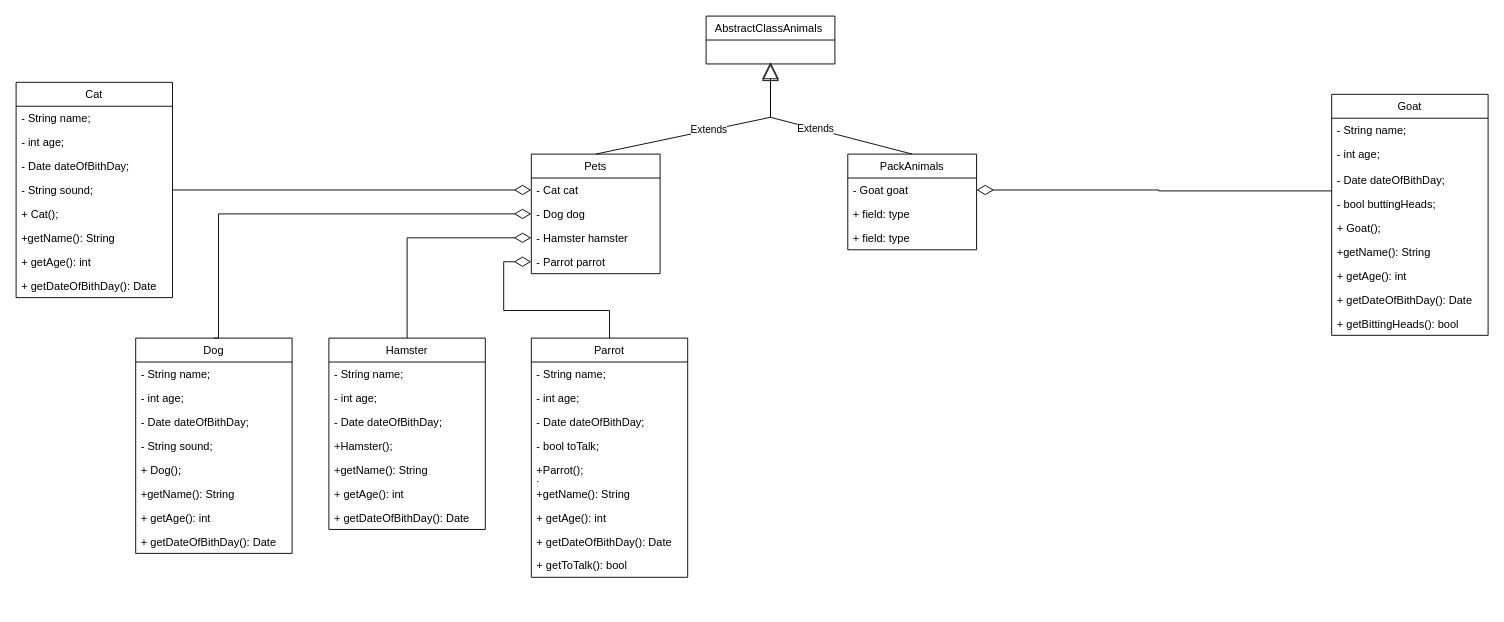
The draw.io diagram diagram/HumanFriends.drawio in KuroTamashiAF/FinalCertification1Year, before the edit. Source tidied: cells renumbered, new cells numbered last; positions are measured from the earlier drawing's top-left corner, leaving out a move shared by most shapes. Both pictures are drawn from the tidied source at 92%, with x=0, y=0 at pixel (16, 16).
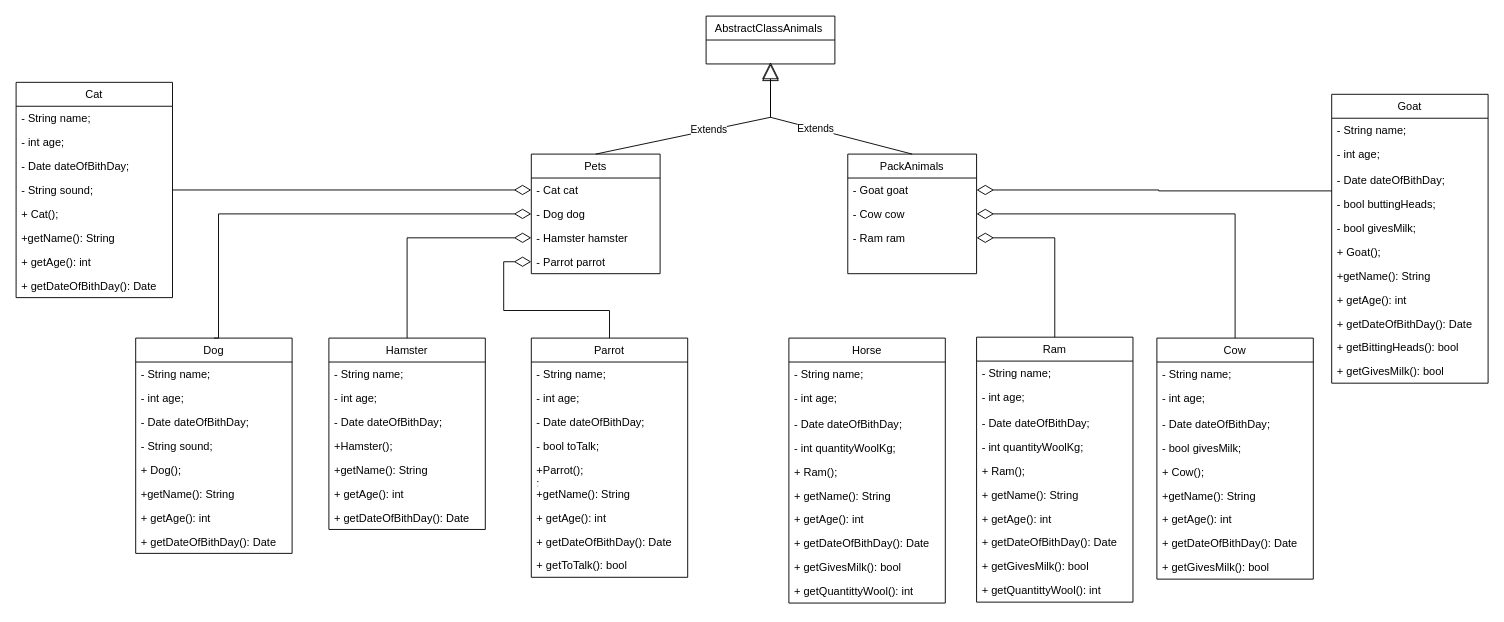
Above is the later version.

Commit message:
add agregation in csl PackAnimals

Diff of the diagram source:
```diff
@@
     <mxCell id="8" value="PackAnimals" style="swimlane;fontStyle=0;horizontal=1;startSize=26;fillColor=none;" parent="1" vertex="1">
-      <mxGeometry x="904" y="150" width="140" height="104" as="geometry" />
+      <mxGeometry x="904" y="150" width="140" height="130" as="geometry" />
     </mxCell>
@@
-    <mxCell id="10" value="+ field: type" style="text;strokeColor=none;fillColor=none;align=left;verticalAlign=top;spacingLeft=4;spacingRight=4;overflow=hidden;points=[[0,0.5],[1,0.5]];portConstraint=eastwest;" parent="8" vertex="1">
+    <mxCell id="10" value="- Cow cow " style="text;strokeColor=none;fillColor=none;align=left;verticalAlign=top;spacingLeft=4;spacingRight=4;overflow=hidden;points=[[0,0.5],[1,0.5]];portConstraint=eastwest;" parent="8" vertex="1">
       <mxGeometry y="52" width="140" height="26" as="geometry" />
     </mxCell>
-    <mxCell id="11" value="+ field: type" style="text;strokeColor=none;fillColor=none;align=left;verticalAlign=top;spacingLeft=4;spacingRight=4;overflow=hidden;points=[[0,0.5],[1,0.5]];portConstraint=eastwest;" parent="8" vertex="1">
+    <mxCell id="11" value="- Ram ram" style="text;strokeColor=none;fillColor=none;align=left;verticalAlign=top;spacingLeft=4;spacingRight=4;overflow=hidden;points=[[0,0.5],[1,0.5]];portConstraint=eastwest;" parent="8" vertex="1">
       <mxGeometry y="78" width="140" height="26" as="geometry" />
     </mxCell>
+    <mxCell id="65" style="text;strokeColor=none;fillColor=none;align=left;verticalAlign=top;spacingLeft=4;spacingRight=4;overflow=hidden;" parent="8" vertex="1">
+      <mxGeometry y="104" width="140" height="26" as="geometry" />
+    </mxCell>
@@
     <mxCell id="55" value="Goat" style="swimlane;fontStyle=0;horizontal=1;startSize=26;fillColor=none;" parent="1" vertex="1">
-      <mxGeometry x="1430" y="85" width="170" height="262" as="geometry" />
+      <mxGeometry x="1430" y="85" width="170" height="314" as="geometry" />
     </mxCell>
@@
+    <mxCell id="66" value="- bool givesMilk;" style="text;strokeColor=none;fillColor=none;align=left;verticalAlign=top;spacingLeft=4;spacingRight=4;overflow=hidden;" parent="55" vertex="1">
+      <mxGeometry y="132" width="170" height="26" as="geometry" />
+    </mxCell>
     <mxCell id="60" value="+ Goat();" style="text;strokeColor=none;fillColor=none;align=left;verticalAlign=top;spacingLeft=4;spacingRight=4;overflow=hidden;" parent="55" vertex="1">
-      <mxGeometry y="132" width="170" height="26" as="geometry" />
+      <mxGeometry y="158" width="170" height="26" as="geometry" />
     </mxCell>
     <mxCell id="61" value="+getName(): String " style="text;strokeColor=none;fillColor=none;align=left;verticalAlign=top;spacingLeft=4;spacingRight=4;overflow=hidden;" parent="55" vertex="1">
-      <mxGeometry y="158" width="170" height="26" as="geometry" />
+      <mxGeometry y="184" width="170" height="26" as="geometry" />
     </mxCell>
     <mxCell id="62" value="+ getAge(): int" style="text;strokeColor=none;fillColor=none;align=left;verticalAlign=top;spacingLeft=4;spacingRight=4;overflow=hidden;" parent="55" vertex="1">
-      <mxGeometry y="184" width="170" height="26" as="geometry" />
+      <mxGeometry y="210" width="170" height="26" as="geometry" />
     </mxCell>
     <mxCell id="63" value="+ getDateOfBithDay(): Date" style="text;strokeColor=none;fillColor=none;align=left;verticalAlign=top;spacingLeft=4;spacingRight=4;overflow=hidden;" parent="55" vertex="1">
-      <mxGeometry y="210" width="170" height="26" as="geometry" />
+      <mxGeometry y="236" width="170" height="26" as="geometry" />
     </mxCell>
     <mxCell id="64" value="+ getBittingHeads(): bool" style="text;strokeColor=none;fillColor=none;align=left;verticalAlign=top;spacingLeft=4;spacingRight=4;overflow=hidden;" parent="55" vertex="1">
-      <mxGeometry y="236" width="170" height="26" as="geometry" />
+      <mxGeometry y="262" width="170" height="26" as="geometry" />
     </mxCell>
+    <mxCell id="67" value="+ getGivesMilk(): bool" style="text;strokeColor=none;fillColor=none;align=left;verticalAlign=top;spacingLeft=4;spacingRight=4;overflow=hidden;" parent="55" vertex="1">
+      <mxGeometry y="288" width="170" height="26" as="geometry" />
+    </mxCell>
+    <mxCell id="68" style="edgeStyle=orthogonalEdgeStyle;rounded=0;jettySize=auto;html=1;entryX=1;entryY=0.5;entryDx=0;entryDy=0;endArrow=diamondThin;endFill=0;endSize=16;" parent="1" edge="1" source="69" target="10">
+      <mxGeometry relative="1" as="geometry" />
+    </mxCell>
+    <mxCell id="69" value="Cow" style="swimlane;fontStyle=0;horizontal=1;startSize=26;fillColor=none;" parent="1" vertex="1">
+      <mxGeometry x="1240" y="350" width="170" height="262" as="geometry" />
+    </mxCell>
+    <mxCell id="70" value="- String name;" style="text;strokeColor=none;fillColor=none;align=left;verticalAlign=top;spacingLeft=4;spacingRight=4;overflow=hidden;" parent="69" vertex="1">
+      <mxGeometry y="26" width="170" height="26" as="geometry" />
+    </mxCell>
+    <mxCell id="71" value="- int age;" style="text;strokeColor=none;fillColor=none;align=left;verticalAlign=top;spacingLeft=4;spacingRight=4;overflow=hidden;" parent="69" vertex="1">
+      <mxGeometry y="52" width="170" height="28" as="geometry" />
+    </mxCell>
+    <mxCell id="72" value="- Date dateOfBithDay;" style="text;strokeColor=none;fillColor=none;align=left;verticalAlign=top;spacingLeft=4;spacingRight=4;overflow=hidden;" parent="69" vertex="1">
+      <mxGeometry y="80" width="170" height="26" as="geometry" />
+    </mxCell>
+    <mxCell id="73" value="- bool givesMilk;" style="text;strokeColor=none;fillColor=none;align=left;verticalAlign=top;spacingLeft=4;spacingRight=4;overflow=hidden;" parent="69" vertex="1">
+      <mxGeometry y="106" width="170" height="26" as="geometry" />
+    </mxCell>
+    <mxCell id="74" value="+ Cow();" style="text;strokeColor=none;fillColor=none;align=left;verticalAlign=top;spacingLeft=4;spacingRight=4;overflow=hidden;" parent="69" vertex="1">
+      <mxGeometry y="132" width="170" height="26" as="geometry" />
+    </mxCell>
+    <mxCell id="75" value="+getName(): String " style="text;strokeColor=none;fillColor=none;align=left;verticalAlign=top;spacingLeft=4;spacingRight=4;overflow=hidden;" parent="69" vertex="1">
+      <mxGeometry y="158" width="170" height="26" as="geometry" />
+    </mxCell>
+    <mxCell id="76" value="+ getAge(): int" style="text;strokeColor=none;fillColor=none;align=left;verticalAlign=top;spacingLeft=4;spacingRight=4;overflow=hidden;" parent="69" vertex="1">
+      <mxGeometry y="184" width="170" height="26" as="geometry" />
+    </mxCell>
+    <mxCell id="77" value="+ getDateOfBithDay(): Date" style="text;strokeColor=none;fillColor=none;align=left;verticalAlign=top;spacingLeft=4;spacingRight=4;overflow=hidden;" parent="69" vertex="1">
+      <mxGeometry y="210" width="170" height="26" as="geometry" />
+    </mxCell>
+    <mxCell id="78" value="+ getGivesMilk(): bool" style="text;strokeColor=none;fillColor=none;align=left;verticalAlign=top;spacingLeft=4;spacingRight=4;overflow=hidden;" parent="69" vertex="1">
+      <mxGeometry y="236" width="170" height="26" as="geometry" />
+    </mxCell>
+    <mxCell id="79" style="edgeStyle=orthogonalEdgeStyle;rounded=0;jettySize=auto;html=1;entryX=1;entryY=0.5;entryDx=0;entryDy=0;endArrow=diamondThin;endFill=0;endSize=16;" parent="1" edge="1" source="80" target="11">
+      <mxGeometry relative="1" as="geometry" />
+    </mxCell>
+    <mxCell id="80" value="Ram" style="swimlane;fontStyle=0;horizontal=1;startSize=26;fillColor=none;" parent="1" vertex="1">
+      <mxGeometry x="1044" y="349" width="170" height="288" as="geometry" />
+    </mxCell>
+    <mxCell id="81" value="- String name;" style="text;strokeColor=none;fillColor=none;align=left;verticalAlign=top;spacingLeft=4;spacingRight=4;overflow=hidden;" parent="80" vertex="1">
+      <mxGeometry y="26" width="170" height="26" as="geometry" />
+    </mxCell>
+    <mxCell id="82" value="- int age;" style="text;strokeColor=none;fillColor=none;align=left;verticalAlign=top;spacingLeft=4;spacingRight=4;overflow=hidden;" parent="80" vertex="1">
+      <mxGeometry y="52" width="170" height="28" as="geometry" />
+    </mxCell>
+    <mxCell id="83" value="- Date dateOfBithDay;" style="text;strokeColor=none;fillColor=none;align=left;verticalAlign=top;spacingLeft=4;spacingRight=4;overflow=hidden;" parent="80" vertex="1">
+      <mxGeometry y="80" width="170" height="26" as="geometry" />
+    </mxCell>
+    <mxCell id="84" value="- int quantityWoolKg;" style="text;strokeColor=none;fillColor=none;align=left;verticalAlign=top;spacingLeft=4;spacingRight=4;overflow=hidden;" parent="80" vertex="1">
+      <mxGeometry y="106" width="170" height="26" as="geometry" />
+    </mxCell>
+    <mxCell id="85" value="+ Ram();" style="text;strokeColor=none;fillColor=none;align=left;verticalAlign=top;spacingLeft=4;spacingRight=4;overflow=hidden;" parent="80" vertex="1">
+      <mxGeometry y="132" width="170" height="26" as="geometry" />
+    </mxCell>
+    <mxCell id="86" value="+ getName(): String " style="text;strokeColor=none;fillColor=none;align=left;verticalAlign=top;spacingLeft=4;spacingRight=4;overflow=hidden;" parent="80" vertex="1">
+      <mxGeometry y="158" width="170" height="26" as="geometry" />
+    </mxCell>
+    <mxCell id="87" value="+ getAge(): int" style="text;strokeColor=none;fillColor=none;align=left;verticalAlign=top;spacingLeft=4;spacingRight=4;overflow=hidden;" parent="80" vertex="1">
+      <mxGeometry y="184" width="170" height="26" as="geometry" />
+    </mxCell>
+    <mxCell id="88" value="+ getDateOfBithDay(): Date" style="text;strokeColor=none;fillColor=none;align=left;verticalAlign=top;spacingLeft=4;spacingRight=4;overflow=hidden;" parent="80" vertex="1">
+      <mxGeometry y="210" width="170" height="26" as="geometry" />
+    </mxCell>
+    <mxCell id="89" value="+ getGivesMilk(): bool" style="text;strokeColor=none;fillColor=none;align=left;verticalAlign=top;spacingLeft=4;spacingRight=4;overflow=hidden;" parent="80" vertex="1">
+      <mxGeometry y="236" width="170" height="26" as="geometry" />
+    </mxCell>
+    <mxCell id="90" value="+ getQuantittyWool(): int " style="text;strokeColor=none;fillColor=none;align=left;verticalAlign=top;spacingLeft=4;spacingRight=4;overflow=hidden;" parent="80" vertex="1">
+      <mxGeometry y="262" width="170" height="26" as="geometry" />
+    </mxCell>
+    <mxCell id="91" value="Horse" style="swimlane;fontStyle=0;horizontal=1;startSize=26;fillColor=none;" parent="1" vertex="1">
+      <mxGeometry x="840" y="350" width="170" height="288" as="geometry" />
+    </mxCell>
+    <mxCell id="92" value="- String name;" style="text;strokeColor=none;fillColor=none;align=left;verticalAlign=top;spacingLeft=4;spacingRight=4;overflow=hidden;" parent="91" vertex="1">
+      <mxGeometry y="26" width="170" height="26" as="geometry" />
+    </mxCell>
+    <mxCell id="93" value="- int age;" style="text;strokeColor=none;fillColor=none;align=left;verticalAlign=top;spacingLeft=4;spacingRight=4;overflow=hidden;" parent="91" vertex="1">
+      <mxGeometry y="52" width="170" height="28" as="geometry" />
+    </mxCell>
+    <mxCell id="94" value="- Date dateOfBithDay;" style="text;strokeColor=none;fillColor=none;align=left;verticalAlign=top;spacingLeft=4;spacingRight=4;overflow=hidden;" parent="91" vertex="1">
+      <mxGeometry y="80" width="170" height="26" as="geometry" />
+    </mxCell>
+    <mxCell id="95" value="- int quantityWoolKg;" style="text;strokeColor=none;fillColor=none;align=left;verticalAlign=top;spacingLeft=4;spacingRight=4;overflow=hidden;" parent="91" vertex="1">
+      <mxGeometry y="106" width="170" height="26" as="geometry" />
+    </mxCell>
+    <mxCell id="96" value="+ Ram();" style="text;strokeColor=none;fillColor=none;align=left;verticalAlign=top;spacingLeft=4;spacingRight=4;overflow=hidden;" parent="91" vertex="1">
+      <mxGeometry y="132" width="170" height="26" as="geometry" />
+    </mxCell>
+    <mxCell id="97" value="+ getName(): String " style="text;strokeColor=none;fillColor=none;align=left;verticalAlign=top;spacingLeft=4;spacingRight=4;overflow=hidden;" parent="91" vertex="1">
+      <mxGeometry y="158" width="170" height="26" as="geometry" />
+    </mxCell>
+    <mxCell id="98" value="+ getAge(): int" style="text;strokeColor=none;fillColor=none;align=left;verticalAlign=top;spacingLeft=4;spacingRight=4;overflow=hidden;" parent="91" vertex="1">
+      <mxGeometry y="184" width="170" height="26" as="geometry" />
+    </mxCell>
+    <mxCell id="99" value="+ getDateOfBithDay(): Date" style="text;strokeColor=none;fillColor=none;align=left;verticalAlign=top;spacingLeft=4;spacingRight=4;overflow=hidden;" parent="91" vertex="1">
+      <mxGeometry y="210" width="170" height="26" as="geometry" />
+    </mxCell>
+    <mxCell id="100" value="+ getGivesMilk(): bool" style="text;strokeColor=none;fillColor=none;align=left;verticalAlign=top;spacingLeft=4;spacingRight=4;overflow=hidden;" parent="91" vertex="1">
+      <mxGeometry y="236" width="170" height="26" as="geometry" />
+    </mxCell>
+    <mxCell id="101" value="+ getQuantittyWool(): int " style="text;strokeColor=none;fillColor=none;align=left;verticalAlign=top;spacingLeft=4;spacingRight=4;overflow=hidden;" parent="91" vertex="1">
+      <mxGeometry y="262" width="170" height="26" as="geometry" />
+    </mxCell>
```
